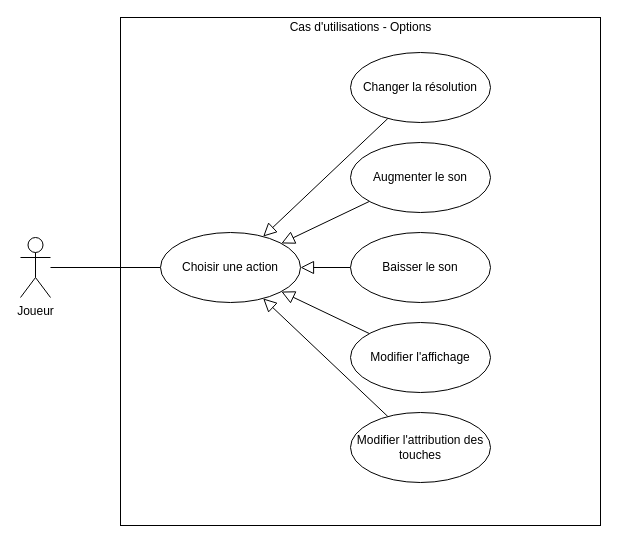
Eoloc/M1MIAGE_ProjetUML keeps this draw.io diagram as Diagrammes/Diagramme cas d'utilisation - Options.drawio. Above is the earlier version. Source tidied: cells renumbered, new cells numbered last; positions are measured from the earlier drawing's top-left corner, leaving out a move shared by most shapes. Both pictures are drawn from the tidied source at 100%, with x=0, y=0 at pixel (20, 17).
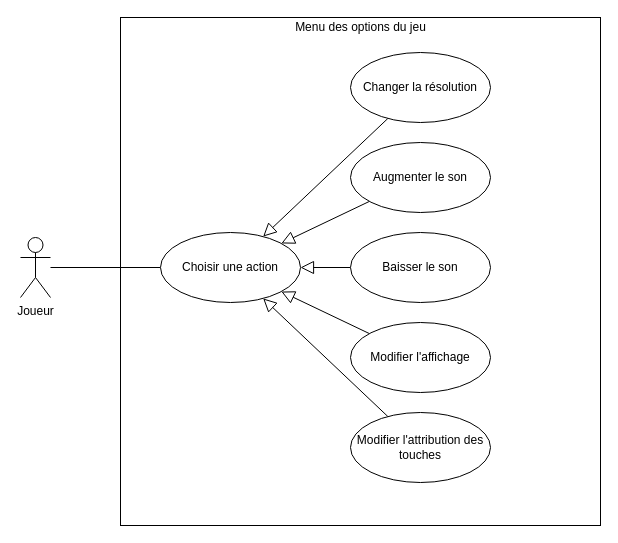
Above is the later version.

Change to the diagram source:
```diff
@@
 <mxGraphModel>
   <root>
     <mxCell id="0" />
     <mxCell id="1" parent="0" />
     <mxCell id="2" style="html=1;" parent="1" vertex="1">
       <mxGeometry x="100" width="480" height="508" as="geometry" />
     </mxCell>
     <mxCell id="3" style="edgeStyle=none;rounded=0;jettySize=auto;html=1;endArrow=none;endFill=0;endSize=11;" parent="1" edge="1" source="4" target="16">
       <mxGeometry relative="1" as="geometry" />
     </mxCell>
     <mxCell id="4" value="Joueur" style="shape=umlActor;verticalLabelPosition=bottom;verticalAlign=top;html=1;outlineConnect=0;" parent="1" vertex="1">
       <mxGeometry y="220" width="30" height="60" as="geometry" />
     </mxCell>
     <mxCell id="5" style="rounded=0;jettySize=auto;html=1;endArrow=block;endFill=0;endSize=11;" parent="1" edge="1" source="6" target="16">
       <mxGeometry relative="1" as="geometry" />
     </mxCell>
     <mxCell id="6" value="Changer la résolution" style="ellipse;whiteSpace=wrap;html=1;" parent="1" vertex="1">
       <mxGeometry x="330" y="35" width="140" height="70" as="geometry" />
     </mxCell>
     <mxCell id="7" style="edgeStyle=none;rounded=0;jettySize=auto;html=1;endArrow=block;endFill=0;endSize=11;" parent="1" edge="1" source="8" target="16">
       <mxGeometry relative="1" as="geometry" />
     </mxCell>
     <mxCell id="8" value="Modifier l'affichage" style="ellipse;whiteSpace=wrap;html=1;" parent="1" vertex="1">
       <mxGeometry x="330" y="305" width="140" height="70" as="geometry" />
     </mxCell>
     <mxCell id="9" style="edgeStyle=none;rounded=0;jettySize=auto;html=1;endArrow=block;endFill=0;endSize=11;" parent="1" edge="1" source="10" target="16">
       <mxGeometry relative="1" as="geometry" />
     </mxCell>
     <mxCell id="10" value="Augmenter le son" style="ellipse;whiteSpace=wrap;html=1;" parent="1" vertex="1">
       <mxGeometry x="330" y="125" width="140" height="70" as="geometry" />
     </mxCell>
     <mxCell id="11" style="edgeStyle=none;rounded=0;jettySize=auto;html=1;endArrow=block;endFill=0;endSize=11;" parent="1" edge="1" source="12" target="16">
       <mxGeometry relative="1" as="geometry" />
     </mxCell>
     <mxCell id="12" value="Baisser le son" style="ellipse;whiteSpace=wrap;html=1;" parent="1" vertex="1">
       <mxGeometry x="330" y="215" width="140" height="70" as="geometry" />
     </mxCell>
     <mxCell id="13" style="edgeStyle=none;rounded=0;jettySize=auto;html=1;endArrow=block;endFill=0;endSize=11;" parent="1" edge="1" source="14" target="16">
       <mxGeometry relative="1" as="geometry" />
     </mxCell>
     <mxCell id="14" value="Modifier l'attribution des touches" style="ellipse;whiteSpace=wrap;html=1;" parent="1" vertex="1">
       <mxGeometry x="330" y="395" width="140" height="70" as="geometry" />
     </mxCell>
-    <mxCell id="15" value="Cas d'utilisations - Options" style="text;html=1;align=center;verticalAlign=middle;" parent="1" vertex="1">
-      <mxGeometry x="260" width="160" height="20" as="geometry" />
+    <mxCell id="15" value="Menu des options du jeu" style="text;html=1;align=center;verticalAlign=middle;" parent="1" vertex="1">
+      <mxGeometry x="265" width="150" height="20" as="geometry" />
     </mxCell>
     <mxCell id="16" value="Choisir une action" style="ellipse;whiteSpace=wrap;html=1;" parent="1" vertex="1">
       <mxGeometry x="140" y="215" width="140" height="70" as="geometry" />
     </mxCell>
   </root>
 </mxGraphModel>
```
